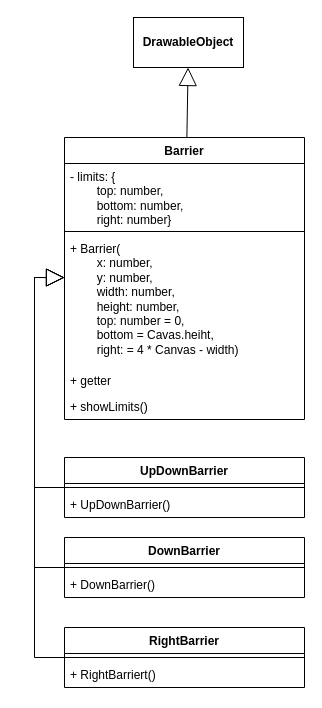
Before: docs/issue/7-diagram.drawio in elma1989/sharkie, a draw.io diagram. Source tidied: cells renumbered, new cells numbered last; positions are measured from the earlier drawing's top-left corner, leaving out a move shared by most shapes. Both pictures are drawn from the tidied source at 100%, with x=0, y=0 at pixel (34, 17).
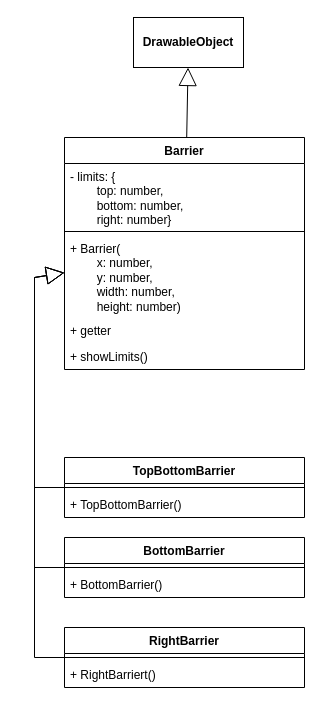
The same page after the edit.

Unchanged cells that the change refers to:
```xml
<mxCell id="16" value="RightBarrier" style="swimlane;fontStyle=1;align=center;verticalAlign=top;horizontal=1;startSize=26;whiteSpace=wrap;html=1;" parent="1" vertex="1">
  <mxGeometry x="30" y="610" width="240" height="60" as="geometry" />
</mxCell>
```

Change to the diagram source:
```diff
@@
     <mxCell id="2" value="Barrier" style="swimlane;fontStyle=1;align=center;verticalAlign=top;horizontal=1;startSize=26;whiteSpace=wrap;html=1;" parent="1" vertex="1">
-      <mxGeometry x="30" y="120" width="240" height="282" as="geometry" />
+      <mxGeometry x="30" y="120" width="240" height="232" as="geometry" />
     </mxCell>
@@
-    <mxCell id="5" value="+ Barrier(&lt;div&gt;&lt;span style=&quot;white-space: pre;&quot;&gt;&#9;&lt;/span&gt;x: number,&lt;br&gt;&lt;/div&gt;&lt;div&gt;&lt;span style=&quot;white-space: pre;&quot;&gt;&#9;&lt;/span&gt;y: number,&lt;br&gt;&lt;/div&gt;&lt;div&gt;&lt;span style=&quot;white-space: pre;&quot;&gt;&#9;&lt;/span&gt;width: number,&lt;br&gt;&lt;/div&gt;&lt;div&gt;&lt;span style=&quot;white-space: pre;&quot;&gt;&#9;&lt;/span&gt;height: number,&lt;br&gt;&lt;/div&gt;&lt;div&gt;&lt;span style=&quot;white-space: pre;&quot;&gt;&#9;&lt;/span&gt;top: number = 0,&lt;br&gt;&lt;/div&gt;&lt;div&gt;&lt;span style=&quot;white-space: pre;&quot;&gt;&#9;&lt;/span&gt;bottom = Cavas.heiht,&lt;br&gt;&lt;/div&gt;&lt;div&gt;&lt;span style=&quot;white-space: pre;&quot;&gt;&#9;&lt;/span&gt;right: = 4 * Canvas - width)&lt;br&gt;&lt;/div&gt;" style="text;strokeColor=none;fillColor=none;align=left;verticalAlign=top;spacingLeft=4;spacingRight=4;overflow=hidden;whiteSpace=wrap;html=1;" parent="2" vertex="1">
-      <mxGeometry y="98" width="240" height="132" as="geometry" />
+    <mxCell id="5" value="+ Barrier(&lt;div&gt;&lt;span style=&quot;white-space: pre;&quot;&gt;&#9;&lt;/span&gt;x: number,&lt;br&gt;&lt;/div&gt;&lt;div&gt;&lt;span style=&quot;white-space: pre;&quot;&gt;&#9;&lt;/span&gt;y: number,&lt;br&gt;&lt;/div&gt;&lt;div&gt;&lt;span style=&quot;white-space: pre;&quot;&gt;&#9;&lt;/span&gt;width: number,&lt;br&gt;&lt;/div&gt;&lt;div&gt;&lt;span style=&quot;white-space: pre;&quot;&gt;&#9;&lt;/span&gt;height: number&lt;span style=&quot;background-color: transparent; color: light-dark(rgb(0, 0, 0), rgb(255, 255, 255));&quot;&gt;)&lt;/span&gt;&lt;/div&gt;" style="text;strokeColor=none;fillColor=none;align=left;verticalAlign=top;spacingLeft=4;spacingRight=4;overflow=hidden;whiteSpace=wrap;html=1;" parent="2" vertex="1">
+      <mxGeometry y="98" width="240" height="82" as="geometry" />
     </mxCell>
     <mxCell id="6" value="+ getter" style="text;strokeColor=none;fillColor=none;align=left;verticalAlign=top;spacingLeft=4;spacingRight=4;overflow=hidden;whiteSpace=wrap;html=1;" parent="2" vertex="1">
-      <mxGeometry y="230" width="240" height="26" as="geometry" />
+      <mxGeometry y="180" width="240" height="26" as="geometry" />
     </mxCell>
     <mxCell id="7" value="+ showLimits()" style="text;strokeColor=none;fillColor=none;align=left;verticalAlign=top;spacingLeft=4;spacingRight=4;overflow=hidden;whiteSpace=wrap;html=1;" parent="2" vertex="1">
-      <mxGeometry y="256" width="240" height="26" as="geometry" />
+      <mxGeometry y="206" width="240" height="26" as="geometry" />
     </mxCell>
-    <mxCell id="8" value="UpDownBarrier" style="swimlane;fontStyle=1;align=center;verticalAlign=top;horizontal=1;startSize=26;whiteSpace=wrap;html=1;" parent="1" vertex="1">
+    <mxCell id="8" value="TopBottomBarrier" style="swimlane;fontStyle=1;align=center;verticalAlign=top;horizontal=1;startSize=26;whiteSpace=wrap;html=1;" parent="1" vertex="1">
       <mxGeometry x="30" y="440" width="240" height="60" as="geometry" />
     </mxCell>
@@
-    <mxCell id="10" value="+ UpDownBarrier()" style="text;strokeColor=none;fillColor=none;align=left;verticalAlign=top;spacingLeft=4;spacingRight=4;overflow=hidden;whiteSpace=wrap;html=1;" parent="8" vertex="1">
+    <mxCell id="10" value="+ TopBottomBarrier()" style="text;strokeColor=none;fillColor=none;align=left;verticalAlign=top;spacingLeft=4;spacingRight=4;overflow=hidden;whiteSpace=wrap;html=1;" parent="8" vertex="1">
       <mxGeometry y="34" width="240" height="26" as="geometry" />
     </mxCell>
-    <mxCell id="11" value="DownBarrier" style="swimlane;fontStyle=1;align=center;verticalAlign=top;horizontal=1;startSize=26;whiteSpace=wrap;html=1;" parent="1" vertex="1">
+    <mxCell id="11" value="BottomBarrier" style="swimlane;fontStyle=1;align=center;verticalAlign=top;horizontal=1;startSize=26;whiteSpace=wrap;html=1;" parent="1" vertex="1">
       <mxGeometry x="30" y="520" width="240" height="60" as="geometry" />
     </mxCell>
@@
-    <mxCell id="13" value="+ DownBarrier()" style="text;strokeColor=none;fillColor=none;align=left;verticalAlign=top;spacingLeft=4;spacingRight=4;overflow=hidden;whiteSpace=wrap;html=1;" parent="11" vertex="1">
+    <mxCell id="13" value="+ BottomBarrier()" style="text;strokeColor=none;fillColor=none;align=left;verticalAlign=top;spacingLeft=4;spacingRight=4;overflow=hidden;whiteSpace=wrap;html=1;" parent="11" vertex="1">
       <mxGeometry y="34" width="240" height="26" as="geometry" />
     </mxCell>
@@
-    <mxCell id="15" style="endArrow=block;endSize=16;endFill=0;html=1;rounded=0;" parent="1" edge="1" source="11">
+    <mxCell id="15" style="endArrow=block;endSize=16;endFill=0;html=1;rounded=0;" parent="1" edge="1" source="11" target="2">
       <mxGeometry relative="1" as="geometry">
-        <mxPoint x="30" y="260" as="targetPoint" />
         <Array as="points">
           <mxPoint y="550" />
           <mxPoint y="260" />
         </Array>
       </mxGeometry>
     </mxCell>
@@
-    <mxCell id="19" style="endArrow=block;endSize=16;endFill=0;html=1;rounded=0;" parent="1" edge="1" source="16">
+    <mxCell id="19" style="endArrow=block;endSize=16;endFill=0;html=1;rounded=0;" parent="1" edge="1" source="16" target="2">
       <mxGeometry relative="1" as="geometry">
-        <mxPoint x="30" y="260" as="targetPoint" />
         <Array as="points">
           <mxPoint y="640" />
           <mxPoint y="260" />
         </Array>
       </mxGeometry>
     </mxCell>
```
